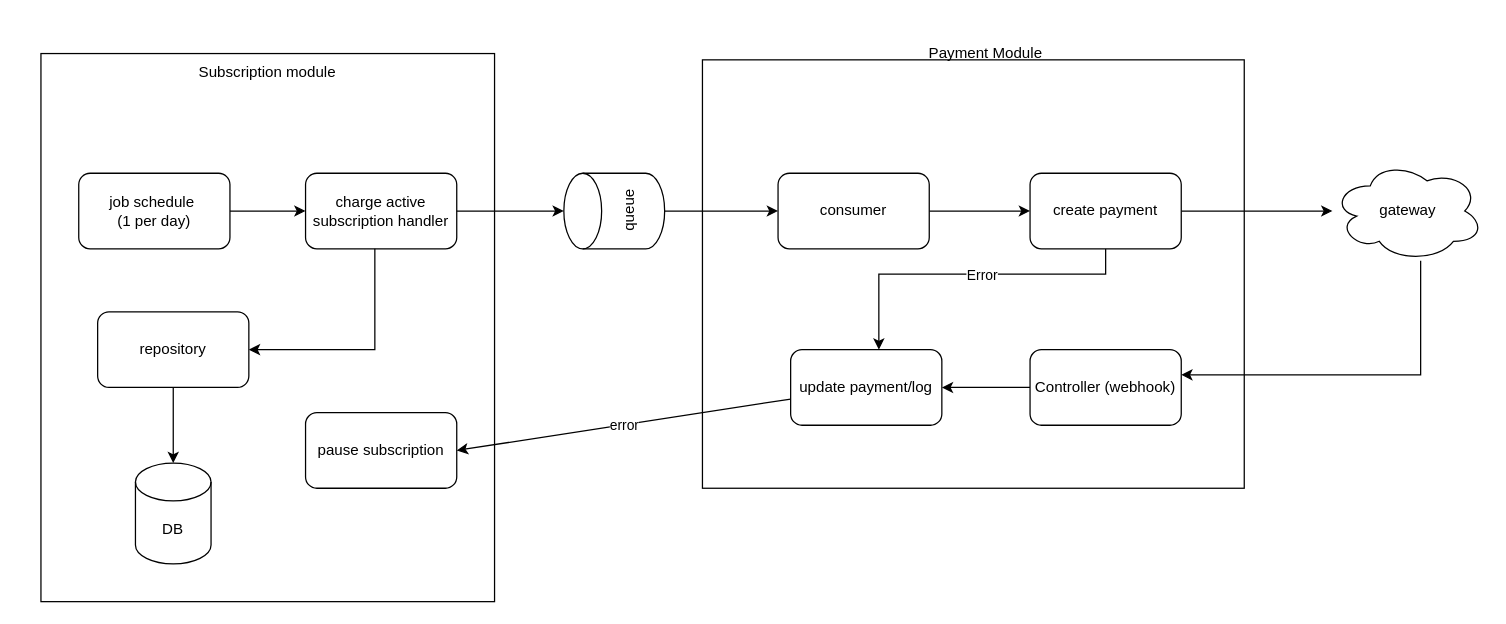
This is .docs/payment-subscription-flow.drawio from hdev14/project-s, a draw.io file, before an edit. Source tidied: cells renumbered, new cells numbered last; positions are measured from the earlier drawing's top-left corner, leaving out a move shared by most shapes. Both pictures are drawn from the tidied source at 126%, with x=0, y=0 at pixel (40, 34).
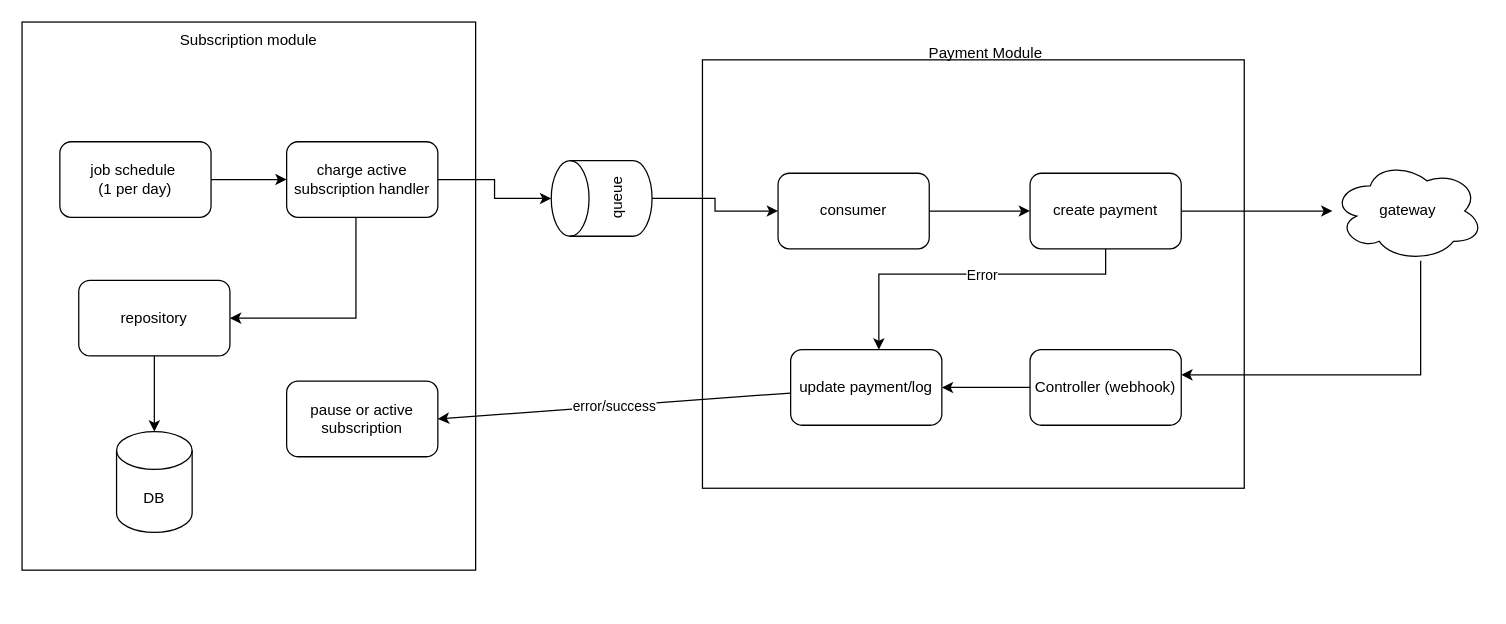
After the change.

Commit message (it also covers changes not shown here):
feat(subscription): add logic to send a message to payment queue when a subscription is created

The change refers to these unchanged cells:
```xml
<mxCell id="24" value="update payment/log" style="whiteSpace=wrap;html=1;rounded=1;" parent="1" vertex="1">
  <mxGeometry x="595" y="250" width="120" height="60" as="geometry" />
</mxCell>
```

Change to the diagram source:
```diff
@@
     <mxCell id="3" style="rounded=0;whiteSpace=wrap;html=1;" parent="1" vertex="1">
-      <mxGeometry y="15" width="360" height="435" as="geometry" />
+      <mxGeometry x="-15" y="-10" width="360" height="435" as="geometry" />
     </mxCell>
@@
     <mxCell id="5" value="charge active subscription handler" style="rounded=1;whiteSpace=wrap;html=1;" parent="1" vertex="1">
-      <mxGeometry x="210" y="110" width="120" height="60" as="geometry" />
+      <mxGeometry x="195" y="85" width="120" height="60" as="geometry" />
     </mxCell>
@@
     <mxCell id="7" value="&lt;div&gt;job schedule&amp;nbsp;&lt;/div&gt;&lt;div&gt;(1 per day)&lt;/div&gt;" style="rounded=1;whiteSpace=wrap;html=1;" parent="1" vertex="1">
-      <mxGeometry x="30" y="110" width="120" height="60" as="geometry" />
+      <mxGeometry x="15" y="85" width="120" height="60" as="geometry" />
     </mxCell>
@@
     <mxCell id="9" value="queue" style="shape=cylinder3;whiteSpace=wrap;html=1;boundedLbl=1;backgroundOutline=1;size=15;rotation=-90;" parent="1" vertex="1">
-      <mxGeometry x="425" y="100" width="60" height="80" as="geometry" />
+      <mxGeometry x="415" y="90" width="60" height="80" as="geometry" />
     </mxCell>
@@
     <mxCell id="17" value="Subscription module" style="text;html=1;align=center;verticalAlign=middle;whiteSpace=wrap;rounded=0;" parent="1" vertex="1">
-      <mxGeometry x="105" y="15" width="150" height="30" as="geometry" />
+      <mxGeometry x="90" y="-10" width="150" height="30" as="geometry" />
     </mxCell>
@@
-    <mxCell id="23" value="error" style="rounded=0;jettySize=auto;html=1;entryX=1;entryY=0.5;entryDx=0;entryDy=0;" parent="1" edge="1" source="24" target="29">
+    <mxCell id="23" value="error/success" style="rounded=0;jettySize=auto;html=1;entryX=1;entryY=0.5;entryDx=0;entryDy=0;" parent="1" edge="1" source="24" target="29">
       <mxGeometry relative="1" as="geometry" />
     </mxCell>
@@
     <mxCell id="25" value="DB" style="shape=cylinder3;whiteSpace=wrap;html=1;boundedLbl=1;backgroundOutline=1;size=15;" parent="1" vertex="1">
-      <mxGeometry x="75" y="340" width="60" height="80" as="geometry" />
+      <mxGeometry x="60" y="315" width="60" height="80" as="geometry" />
     </mxCell>
@@
     <mxCell id="27" style="edgeStyle=orthogonalEdgeStyle;rounded=0;jettySize=auto;html=1;" parent="1" edge="1" source="5" target="28">
       <mxGeometry relative="1" as="geometry">
         <Array as="points">
-          <mxPoint x="265" y="250" />
+          <mxPoint x="250" y="225" />
         </Array>
       </mxGeometry>
     </mxCell>
     <mxCell id="28" value="repository" style="rounded=1;whiteSpace=wrap;html=1;" parent="1" vertex="1">
-      <mxGeometry x="45" y="220" width="120" height="60" as="geometry" />
+      <mxGeometry x="30" y="195" width="120" height="60" as="geometry" />
     </mxCell>
-    <mxCell id="29" value="pause subscription" style="whiteSpace=wrap;html=1;rounded=1;" parent="1" vertex="1">
-      <mxGeometry x="210" y="300" width="120" height="60" as="geometry" />
+    <mxCell id="29" value="pause or active subscription" style="whiteSpace=wrap;html=1;rounded=1;" parent="1" vertex="1">
+      <mxGeometry x="195" y="275" width="120" height="60" as="geometry" />
     </mxCell>
```
